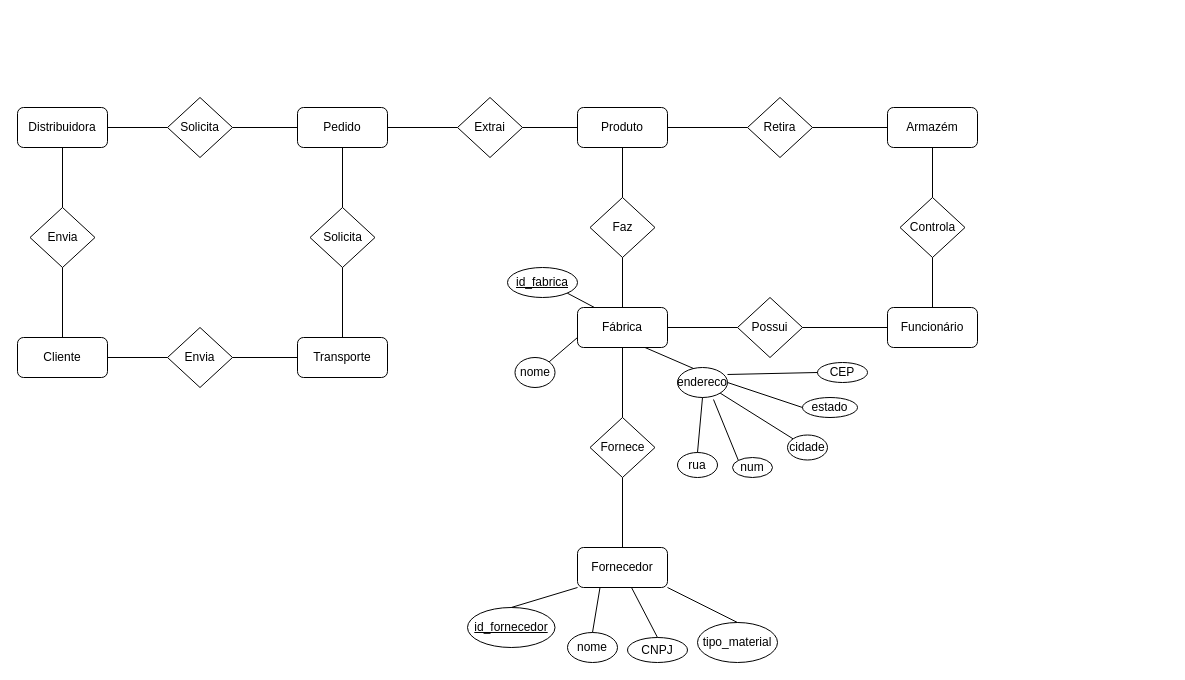
This is Diagrama sem nome.drawio from mateusszabo/mateusszabo, a draw.io file, before an edit. Source tidied: cells renumbered, new cells numbered last; positions are measured from the earlier drawing's top-left corner, leaving out a move shared by most shapes. Both pictures are drawn from the tidied source at 100%, with x=0, y=0 at pixel (17, 97).
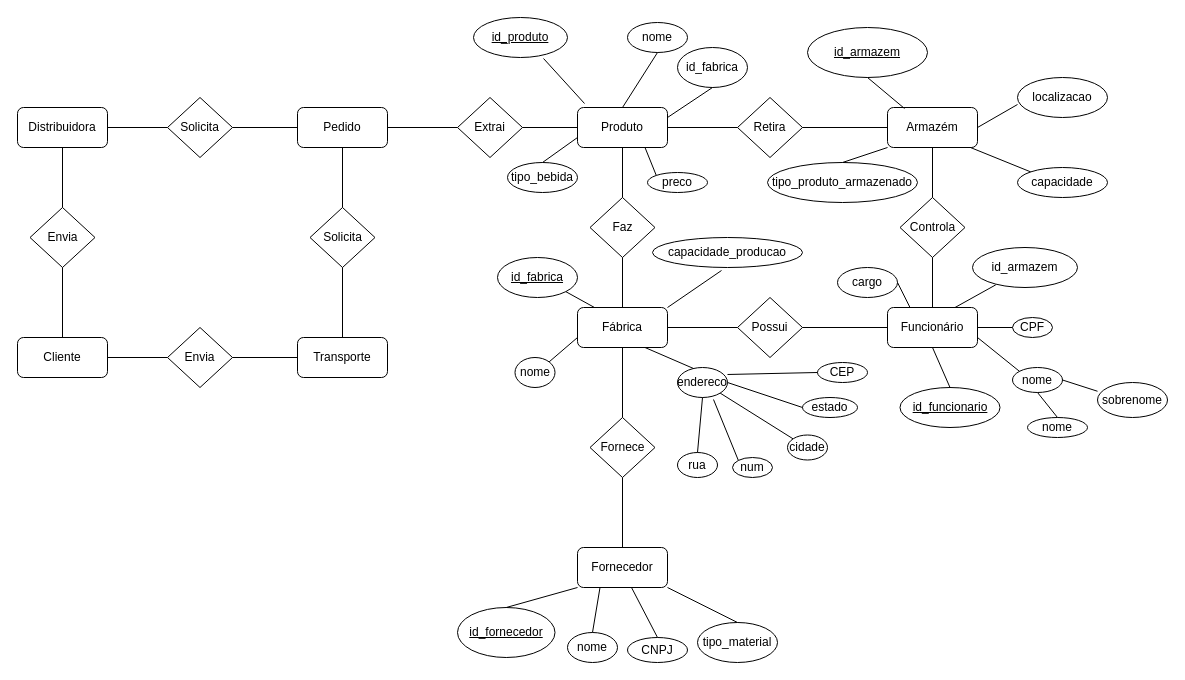
The same page after the edit.

Unchanged cells that the change refers to:
```xml
<mxCell id="6" value="Fábrica" style="rounded=1;whiteSpace=wrap;html=1;" parent="1" vertex="1">
  <mxGeometry x="560" y="210" width="90" height="40" as="geometry" />
</mxCell>
<mxCell id="9" value="Funcionário" style="rounded=1;whiteSpace=wrap;html=1;" parent="1" vertex="1">
  <mxGeometry x="870" y="210" width="90" height="40" as="geometry" />
</mxCell>
<mxCell id="15" value="Armazém" style="rounded=1;whiteSpace=wrap;html=1;" parent="1" vertex="1">
  <mxGeometry x="870" y="10" width="90" height="40" as="geometry" />
</mxCell>
<mxCell id="19" value="Produto" style="rounded=1;whiteSpace=wrap;html=1;" parent="1" vertex="1">
  <mxGeometry x="560" y="10" width="90" height="40" as="geometry" />
</mxCell>
```

The edit, as a diff of the source:
```diff
@@
     <mxCell id="17" value="Retira" style="rhombus;whiteSpace=wrap;html=1;" parent="1" vertex="1">
-      <mxGeometry x="730" width="65" height="60" as="geometry" />
+      <mxGeometry x="720" width="65" height="60" as="geometry" />
     </mxCell>
@@
     <mxCell id="41" value="id_fornecedor" style="ellipse;whiteSpace=wrap;html=1;align=center;fontStyle=4;" parent="1" vertex="1">
-      <mxGeometry x="450" y="510" width="87.5" height="40" as="geometry" />
+      <mxGeometry x="440" y="510" width="97.5" height="50" as="geometry" />
     </mxCell>
@@
     <mxCell id="49" value="id_fabrica" style="ellipse;whiteSpace=wrap;html=1;align=center;fontStyle=4;" parent="1" vertex="1">
-      <mxGeometry x="490" y="170" width="70" height="30" as="geometry" />
+      <mxGeometry x="480" y="160" width="80" height="40" as="geometry" />
     </mxCell>
@@
+    <mxCell id="65" value="capacidade_producao" style="ellipse;whiteSpace=wrap;html=1;align=center;" parent="1" vertex="1">
+      <mxGeometry x="635" y="140" width="150" height="30" as="geometry" />
+    </mxCell>
+    <mxCell id="66" style="endArrow=none;html=1;rounded=0;entryX=0.46;entryY=1.1;entryDx=0;entryDy=0;entryPerimeter=0;exitX=1;exitY=0;exitDx=0;exitDy=0;" parent="1" edge="1" source="6" target="65">
+      <mxGeometry relative="1" as="geometry" />
+    </mxCell>
+    <mxCell id="67" value="nome" style="ellipse;whiteSpace=wrap;html=1;align=center;" parent="1" vertex="1">
+      <mxGeometry x="995" y="270" width="50" height="25" as="geometry" />
+    </mxCell>
+    <mxCell id="68" value="cargo" style="ellipse;whiteSpace=wrap;html=1;align=center;" parent="1" vertex="1">
+      <mxGeometry x="820" y="170" width="60" height="30" as="geometry" />
+    </mxCell>
+    <mxCell id="69" value="CPF" style="ellipse;whiteSpace=wrap;html=1;align=center;" parent="1" vertex="1">
+      <mxGeometry x="995" y="220" width="40" height="20" as="geometry" />
+    </mxCell>
+    <mxCell id="70" value="id_armazem" style="ellipse;whiteSpace=wrap;html=1;align=center;" parent="1" vertex="1">
+      <mxGeometry x="955" y="150" width="105" height="40" as="geometry" />
+    </mxCell>
+    <mxCell id="71" style="endArrow=none;html=1;rounded=0;exitX=0.5;exitY=0;exitDx=0;exitDy=0;entryX=0.5;entryY=1;entryDx=0;entryDy=0;" parent="1" edge="1" source="85" target="9">
+      <mxGeometry relative="1" as="geometry" />
+    </mxCell>
+    <mxCell id="72" style="endArrow=none;html=1;rounded=0;exitX=1;exitY=0.5;exitDx=0;exitDy=0;entryX=0;entryY=0.5;entryDx=0;entryDy=0;" parent="1" edge="1" source="9" target="69">
+      <mxGeometry relative="1" as="geometry" />
+    </mxCell>
+    <mxCell id="73" style="endArrow=none;html=1;rounded=0;exitX=1;exitY=0.5;exitDx=0;exitDy=0;entryX=0.25;entryY=0;entryDx=0;entryDy=0;" parent="1" edge="1" source="68" target="9">
+      <mxGeometry relative="1" as="geometry" />
+    </mxCell>
+    <mxCell id="74" style="endArrow=none;html=1;rounded=0;exitX=0.75;exitY=0;exitDx=0;exitDy=0;entryX=0.222;entryY=0.933;entryDx=0;entryDy=0;entryPerimeter=0;" parent="1" edge="1" source="9" target="70">
+      <mxGeometry relative="1" as="geometry" />
+    </mxCell>
+    <mxCell id="75" style="endArrow=none;html=1;rounded=0;exitX=1;exitY=0.75;exitDx=0;exitDy=0;entryX=0;entryY=0;entryDx=0;entryDy=0;" parent="1" edge="1" source="9" target="67">
+      <mxGeometry relative="1" as="geometry" />
+    </mxCell>
+    <mxCell id="76" value="nome" style="ellipse;whiteSpace=wrap;html=1;align=center;" parent="1" vertex="1">
+      <mxGeometry x="1010" y="320" width="60" height="20" as="geometry" />
+    </mxCell>
+    <mxCell id="77" value="sobrenome" style="ellipse;whiteSpace=wrap;html=1;align=center;" parent="1" vertex="1">
+      <mxGeometry x="1080" y="285" width="70" height="35" as="geometry" />
+    </mxCell>
+    <mxCell id="78" style="endArrow=none;html=1;rounded=0;entryX=0;entryY=0.25;entryDx=0;entryDy=0;entryPerimeter=0;exitX=1;exitY=0.5;exitDx=0;exitDy=0;" parent="1" edge="1" source="67" target="77">
+      <mxGeometry relative="1" as="geometry" />
+    </mxCell>
+    <mxCell id="79" style="endArrow=none;html=1;rounded=0;exitX=0.5;exitY=1;exitDx=0;exitDy=0;entryX=0.5;entryY=0;entryDx=0;entryDy=0;" parent="1" edge="1" source="67" target="76">
+      <mxGeometry relative="1" as="geometry" />
+    </mxCell>
+    <mxCell id="80" value="localizacao" style="ellipse;whiteSpace=wrap;html=1;align=center;" parent="1" vertex="1">
+      <mxGeometry x="1000" y="-20" width="90" height="40" as="geometry" />
+    </mxCell>
+    <mxCell id="81" value="capacidade" style="ellipse;whiteSpace=wrap;html=1;align=center;" parent="1" vertex="1">
+      <mxGeometry x="1000" y="70" width="90" height="30" as="geometry" />
+    </mxCell>
+    <mxCell id="82" value="tipo_produto_armazenado" style="ellipse;whiteSpace=wrap;html=1;align=center;" parent="1" vertex="1">
+      <mxGeometry x="750" y="65" width="150" height="40" as="geometry" />
+    </mxCell>
+    <mxCell id="83" value="id_armazem" style="ellipse;whiteSpace=wrap;html=1;align=center;fontStyle=4;" parent="1" vertex="1">
+      <mxGeometry x="790" y="-70" width="120" height="50" as="geometry" />
+    </mxCell>
+    <mxCell id="84" style="endArrow=none;html=1;rounded=0;exitX=0.5;exitY=1;exitDx=0;exitDy=0;entryX=0.189;entryY=0.025;entryDx=0;entryDy=0;entryPerimeter=0;" parent="1" edge="1" source="83" target="15">
+      <mxGeometry relative="1" as="geometry" />
+    </mxCell>
+    <mxCell id="85" value="id_funcionario" style="ellipse;whiteSpace=wrap;html=1;align=center;fontStyle=4;" parent="1" vertex="1">
+      <mxGeometry x="882.5" y="290" width="100" height="40" as="geometry" />
+    </mxCell>
+    <mxCell id="86" style="endArrow=none;html=1;rounded=0;exitX=1;exitY=0.5;exitDx=0;exitDy=0;entryX=0;entryY=0.675;entryDx=0;entryDy=0;entryPerimeter=0;" parent="1" edge="1" source="15" target="80">
+      <mxGeometry relative="1" as="geometry" />
+    </mxCell>
+    <mxCell id="87" style="endArrow=none;html=1;rounded=0;exitX=0.922;exitY=1;exitDx=0;exitDy=0;exitPerimeter=0;entryX=0;entryY=0;entryDx=0;entryDy=0;" parent="1" edge="1" source="15" target="81">
+      <mxGeometry relative="1" as="geometry" />
+    </mxCell>
+    <mxCell id="88" style="endArrow=none;html=1;rounded=0;entryX=0.5;entryY=0;entryDx=0;entryDy=0;exitX=0;exitY=1;exitDx=0;exitDy=0;" parent="1" edge="1" source="15" target="82">
+      <mxGeometry relative="1" as="geometry" />
+    </mxCell>
+    <mxCell id="89" value="id_produto" style="ellipse;whiteSpace=wrap;html=1;align=center;fontStyle=4;" parent="1" vertex="1">
+      <mxGeometry x="456" y="-80" width="94" height="40" as="geometry" />
+    </mxCell>
+    <mxCell id="90" value="nome" style="ellipse;whiteSpace=wrap;html=1;align=center;" parent="1" vertex="1">
+      <mxGeometry x="610" y="-75" width="60" height="30" as="geometry" />
+    </mxCell>
+    <mxCell id="91" value="tipo_bebida" style="ellipse;whiteSpace=wrap;html=1;align=center;" parent="1" vertex="1">
+      <mxGeometry x="490" y="65" width="70" height="30" as="geometry" />
+    </mxCell>
+    <mxCell id="92" value="preco" style="ellipse;whiteSpace=wrap;html=1;align=center;" parent="1" vertex="1">
+      <mxGeometry x="630" y="75" width="60" height="20" as="geometry" />
+    </mxCell>
+    <mxCell id="93" value="id_fabrica" style="ellipse;whiteSpace=wrap;html=1;align=center;" parent="1" vertex="1">
+      <mxGeometry x="660" y="-50" width="70" height="40" as="geometry" />
+    </mxCell>
+    <mxCell id="94" style="edgeStyle=orthogonalEdgeStyle;rounded=0;orthogonalLoop=1;jettySize=auto;html=1;exitX=1;exitY=1;exitDx=0;exitDy=0;entryX=1;entryY=1;entryDx=0;entryDy=0;" parent="1" edge="1" source="91" target="91">
+      <mxGeometry relative="1" as="geometry" />
+    </mxCell>
+    <mxCell id="95" style="endArrow=none;html=1;rounded=0;exitX=0;exitY=0.75;exitDx=0;exitDy=0;entryX=0.5;entryY=0;entryDx=0;entryDy=0;" parent="1" edge="1" source="19" target="91">
+      <mxGeometry relative="1" as="geometry" />
+    </mxCell>
+    <mxCell id="96" style="endArrow=none;html=1;rounded=0;exitX=0.75;exitY=1;exitDx=0;exitDy=0;entryX=0;entryY=0;entryDx=0;entryDy=0;" parent="1" edge="1" source="19" target="92">
+      <mxGeometry relative="1" as="geometry" />
+    </mxCell>
+    <mxCell id="97" style="endArrow=none;html=1;rounded=0;exitX=0.745;exitY=1.025;exitDx=0;exitDy=0;exitPerimeter=0;entryX=0.078;entryY=-0.1;entryDx=0;entryDy=0;entryPerimeter=0;" parent="1" edge="1" source="89" target="19">
+      <mxGeometry relative="1" as="geometry" />
+    </mxCell>
+    <mxCell id="98" style="endArrow=none;html=1;rounded=0;exitX=0.5;exitY=1;exitDx=0;exitDy=0;entryX=0.5;entryY=0;entryDx=0;entryDy=0;" parent="1" edge="1" source="90" target="19">
+      <mxGeometry relative="1" as="geometry" />
+    </mxCell>
+    <mxCell id="99" style="endArrow=none;html=1;rounded=0;exitX=0.5;exitY=1;exitDx=0;exitDy=0;entryX=1;entryY=0.25;entryDx=0;entryDy=0;" parent="1" edge="1" source="93" target="19">
+      <mxGeometry relative="1" as="geometry" />
+    </mxCell>
```
